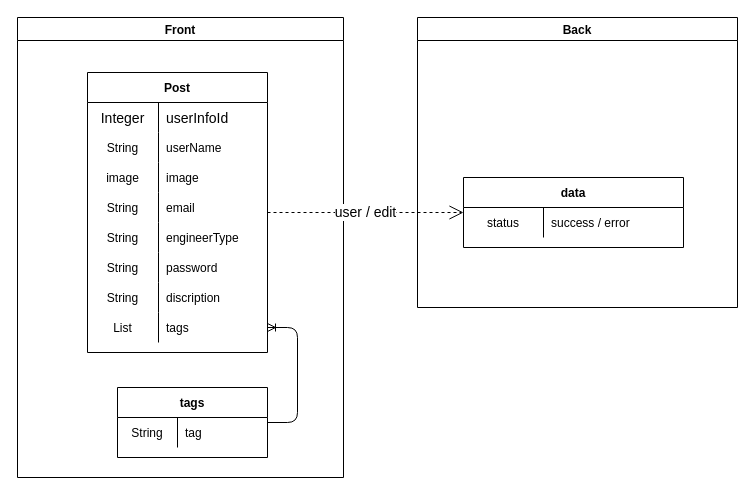
Earlier version of the draw.io diagram page "[更新]ユーザー情報" (14 of 17) of Designs/基本設計.drawio (yusuke-rakus/Qiish). Source tidied: cells renumbered, new cells numbered last; positions are measured from the earlier drawing's top-left corner, leaving out a move shared by most shapes. Both pictures are drawn from the tidied source at 100%, with x=0, y=0 at pixel (17, 17).
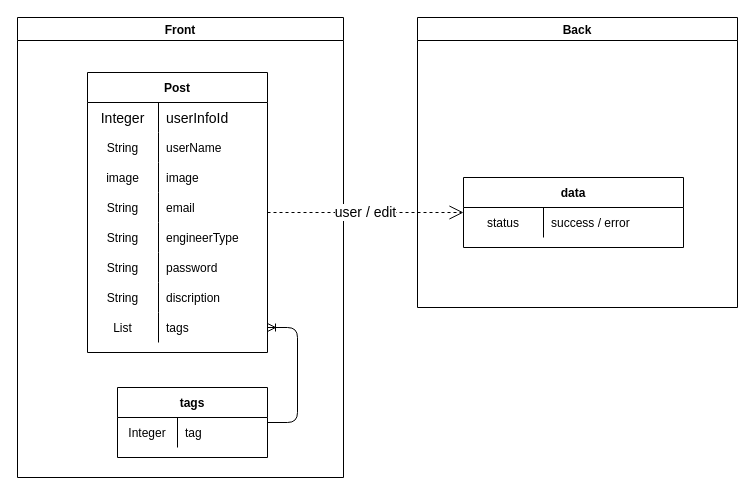
Above is the later version.

Unchanged cells that the change refers to:
```xml
<mxCell id="35" style="shape=partialRectangle;fillColor=none;top=0;left=0;bottom=0;right=0;" parent="34" vertex="1">
  <mxGeometry y="30" width="150" height="30" as="geometry" />
</mxCell>
```

Diff of the diagram source:
```diff
@@
-    <mxCell id="36" value="String" style="shape=partialRectangle;fillColor=none;top=0;left=0;bottom=0;right=0;overflow=hidden;" parent="35" vertex="1">
+    <mxCell id="36" value="Integer" style="shape=partialRectangle;fillColor=none;top=0;left=0;bottom=0;right=0;overflow=hidden;" parent="35" vertex="1">
       <mxGeometry width="60" height="30" as="geometry" />
     </mxCell>
```
